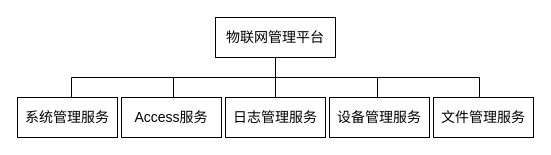
waterwatermelon/graph keeps this draw.io diagram as IOTManage/module-division.drawio. Above is the earlier version. Source tidied: cells renumbered, new cells numbered last; positions are measured from the earlier drawing's top-left corner, leaving out a move shared by most shapes. Both pictures are drawn from the tidied source at 100%, with x=0, y=0 at pixel (17, 17).
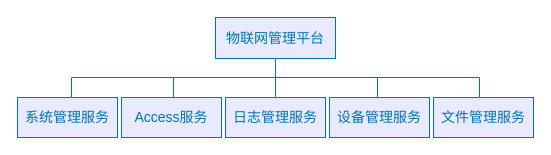
The same diagram, later.

What changed in the source:
```diff
@@
 <mxGraphModel>
   <root>
     <mxCell id="0" />
     <mxCell id="1" parent="0" />
-    <mxCell id="2" style="edgeStyle=orthogonalEdgeStyle;rounded=0;jettySize=auto;html=1;exitX=0.5;exitY=1;exitDx=0;exitDy=0;fontSize=14;endArrow=none;endFill=0;" parent="1" edge="1" source="7" target="11">
+    <mxCell id="2" style="edgeStyle=orthogonalEdgeStyle;rounded=0;jettySize=auto;html=1;exitX=0.5;exitY=1;exitDx=0;exitDy=0;fontSize=14;endArrow=none;endFill=0;strokeColor=#0174AB;labelBackgroundColor=none;fontColor=#0174AB;" parent="1" edge="1" source="7" target="11">
       <mxGeometry relative="1" as="geometry" />
     </mxCell>
-    <mxCell id="3" style="edgeStyle=orthogonalEdgeStyle;rounded=0;jettySize=auto;html=1;exitX=0.5;exitY=1;exitDx=0;exitDy=0;entryX=0.5;entryY=0;entryDx=0;entryDy=0;endArrow=none;endFill=0;fontSize=14;" parent="1" edge="1" source="7" target="9">
+    <mxCell id="3" style="edgeStyle=orthogonalEdgeStyle;rounded=0;jettySize=auto;html=1;exitX=0.5;exitY=1;exitDx=0;exitDy=0;entryX=0.5;entryY=0;entryDx=0;entryDy=0;endArrow=none;endFill=0;fontSize=14;strokeColor=#0174AB;labelBackgroundColor=none;fontColor=#0174AB;" parent="1" edge="1" source="7" target="9">
       <mxGeometry relative="1" as="geometry">
         <Array as="points">
           <mxPoint x="258" y="60" />
           <mxPoint x="156" y="60" />
         </Array>
       </mxGeometry>
     </mxCell>
-    <mxCell id="4" style="edgeStyle=orthogonalEdgeStyle;rounded=0;jettySize=auto;html=1;exitX=0.5;exitY=1;exitDx=0;exitDy=0;entryX=0.5;entryY=0;entryDx=0;entryDy=0;endArrow=none;endFill=0;fontSize=14;" parent="1" edge="1" source="7" target="10">
+    <mxCell id="4" style="edgeStyle=orthogonalEdgeStyle;rounded=0;jettySize=auto;html=1;exitX=0.5;exitY=1;exitDx=0;exitDy=0;entryX=0.5;entryY=0;entryDx=0;entryDy=0;endArrow=none;endFill=0;fontSize=14;strokeColor=#0174AB;labelBackgroundColor=none;fontColor=#0174AB;" parent="1" edge="1" source="7" target="10">
       <mxGeometry relative="1" as="geometry">
         <Array as="points">
           <mxPoint x="258" y="60" />
           <mxPoint x="360" y="60" />
         </Array>
       </mxGeometry>
     </mxCell>
-    <mxCell id="5" style="edgeStyle=orthogonalEdgeStyle;rounded=0;jettySize=auto;html=1;exitX=0.5;exitY=1;exitDx=0;exitDy=0;entryX=0.5;entryY=0;entryDx=0;entryDy=0;endArrow=none;endFill=0;fontSize=14;" parent="1" edge="1" source="7" target="12">
+    <mxCell id="5" style="edgeStyle=orthogonalEdgeStyle;rounded=0;jettySize=auto;html=1;exitX=0.5;exitY=1;exitDx=0;exitDy=0;entryX=0.5;entryY=0;entryDx=0;entryDy=0;endArrow=none;endFill=0;fontSize=14;strokeColor=#0174AB;labelBackgroundColor=none;fontColor=#0174AB;" parent="1" edge="1" source="7" target="12">
       <mxGeometry relative="1" as="geometry">
         <Array as="points">
           <mxPoint x="258" y="60" />
           <mxPoint x="462" y="60" />
         </Array>
       </mxGeometry>
     </mxCell>
-    <mxCell id="6" style="edgeStyle=orthogonalEdgeStyle;rounded=0;jettySize=auto;html=1;exitX=0.5;exitY=1;exitDx=0;exitDy=0;entryX=0.5;entryY=0;entryDx=0;entryDy=0;endArrow=none;endFill=0;fontSize=14;" parent="1" edge="1" source="7" target="8">
+    <mxCell id="6" style="edgeStyle=orthogonalEdgeStyle;rounded=0;jettySize=auto;html=1;exitX=0.5;exitY=1;exitDx=0;exitDy=0;entryX=0.5;entryY=0;entryDx=0;entryDy=0;endArrow=none;endFill=0;fontSize=14;strokeColor=#0174AB;labelBackgroundColor=none;fontColor=#0174AB;" parent="1" edge="1" source="7" target="8">
       <mxGeometry relative="1" as="geometry">
         <Array as="points">
           <mxPoint x="258" y="60" />
           <mxPoint x="54" y="60" />
         </Array>
       </mxGeometry>
     </mxCell>
-    <mxCell id="7" value="物联网管理平台" style="rounded=0;whiteSpace=wrap;html=1;strokeWidth=1;fontSize=14;" parent="1" vertex="1">
-      <mxGeometry x="198" width="120" height="40" as="geometry" />
+    <mxCell id="7" value="&lt;font color=&quot;#0174ab&quot;&gt;物联网管理平台&lt;/font&gt;" style="rounded=0;whiteSpace=wrap;html=1;strokeWidth=1;fontSize=14;fillColor=#E9EAFF;strokeColor=#0174AB;" parent="1" vertex="1">
+      <mxGeometry x="198" width="120" height="41" as="geometry" />
     </mxCell>
-    <mxCell id="8" value="系统管理服务" style="rounded=0;whiteSpace=wrap;html=1;strokeWidth=1;fontSize=14;" parent="1" vertex="1">
+    <mxCell id="8" value="系统管理服务" style="rounded=0;whiteSpace=wrap;html=1;strokeWidth=1;fontSize=14;strokeColor=#0174AB;fillColor=#E9EAFF;labelBackgroundColor=none;fontColor=#0174AB;" parent="1" vertex="1">
       <mxGeometry y="80" width="100" height="40" as="geometry" />
     </mxCell>
-    <mxCell id="9" value="Access服务" style="rounded=0;whiteSpace=wrap;html=1;strokeWidth=1;fontSize=14;" parent="1" vertex="1">
+    <mxCell id="9" value="Access服务" style="rounded=0;whiteSpace=wrap;html=1;strokeWidth=1;fontSize=14;strokeColor=#0174AB;fillColor=#E9EAFF;labelBackgroundColor=none;fontColor=#0174AB;" parent="1" vertex="1">
       <mxGeometry x="104" y="80" width="100" height="40" as="geometry" />
     </mxCell>
-    <mxCell id="10" value="设备管理服务" style="rounded=0;whiteSpace=wrap;html=1;strokeWidth=1;fontSize=14;" parent="1" vertex="1">
+    <mxCell id="10" value="设备管理服务" style="rounded=0;whiteSpace=wrap;html=1;strokeWidth=1;fontSize=14;strokeColor=#0174AB;fillColor=#E9EAFF;labelBackgroundColor=none;fontColor=#0174AB;" parent="1" vertex="1">
       <mxGeometry x="312" y="80" width="100" height="40" as="geometry" />
     </mxCell>
-    <mxCell id="11" value="日志管理服务" style="rounded=0;whiteSpace=wrap;html=1;strokeWidth=1;fontSize=14;" parent="1" vertex="1">
+    <mxCell id="11" value="日志管理服务" style="rounded=0;whiteSpace=wrap;html=1;strokeWidth=1;fontSize=14;strokeColor=#0174AB;fillColor=#E9EAFF;labelBackgroundColor=none;fontColor=#0174AB;" parent="1" vertex="1">
       <mxGeometry x="208" y="80" width="100" height="40" as="geometry" />
     </mxCell>
-    <mxCell id="12" value="文件管理服务" style="rounded=0;whiteSpace=wrap;html=1;strokeWidth=1;fontSize=14;" parent="1" vertex="1">
+    <mxCell id="12" value="文件管理服务" style="rounded=0;whiteSpace=wrap;html=1;strokeWidth=1;fontSize=14;strokeColor=#0174AB;fillColor=#E9EAFF;labelBackgroundColor=none;fontColor=#0174AB;" parent="1" vertex="1">
       <mxGeometry x="416" y="80" width="100" height="40" as="geometry" />
     </mxCell>
   </root>
 </mxGraphModel>
```
